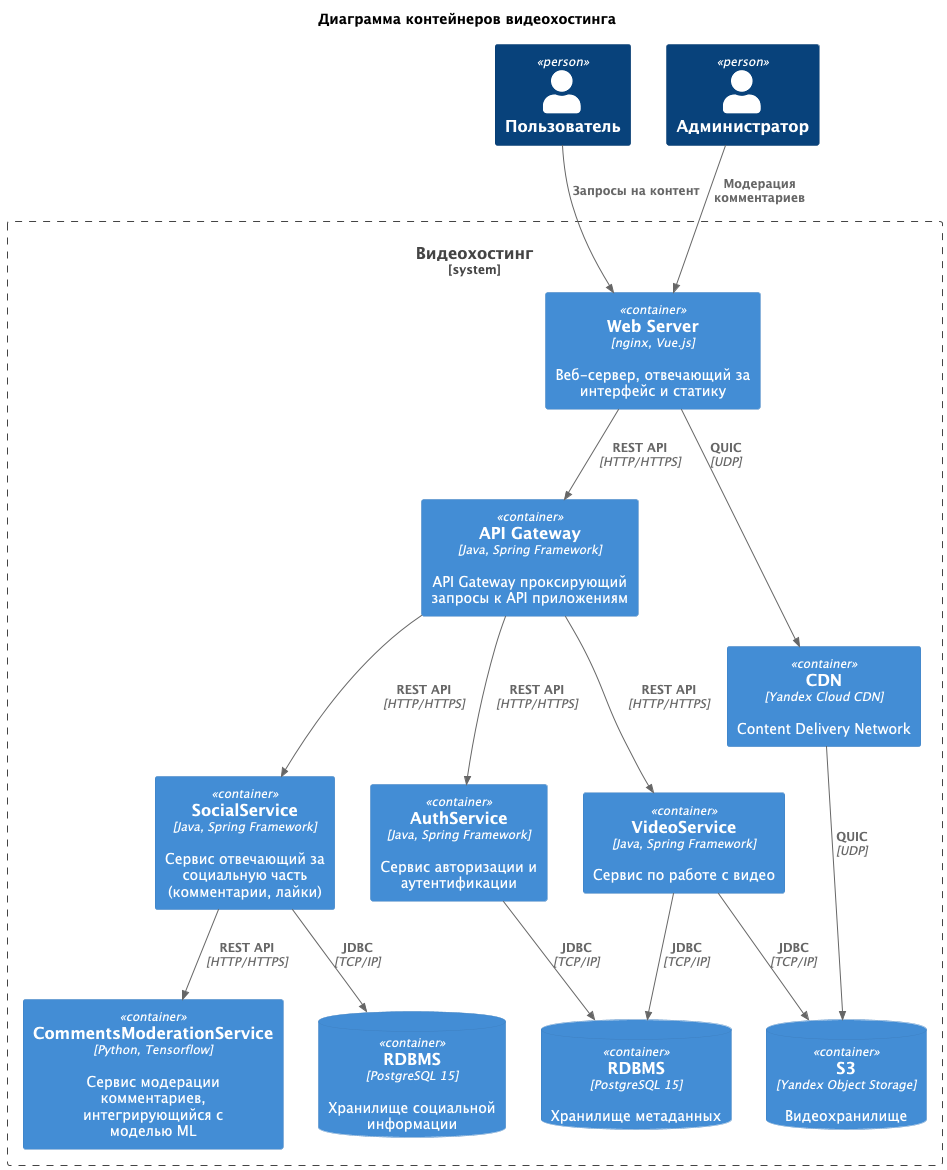
The PlantUML diagram profile/container.png in is-svi-y25/.github, before a commit. Source of this version:
```plantuml
@startuml
!include <C4/C4_Container.puml>
!include https://raw.githubusercontent.com/plantuml-stdlib/C4-PlantUML/master/C4_Container.puml

title Диаграмма контейнеров видеохостинга

Person(user, "Пользователь")
Person(admin, "Администратор")

System_Boundary(videoHosting, "Видеохостинг") {
  Container(webServer, "Web Server", "nginx, Vue.js", "Веб-сервер, отвечающий за интерфейс и статику")
  Container(apiGateway, "API Gateway", "Java, Spring Framework", "API Gateway проксирующий запросы к API приложениям")

  Container(socialService, "SocialService", "Java, Spring Framework", "Сервис отвечающий за социальную часть (комментарии, лайки)")
  Container(authService, "AuthService", "Java, Spring Framework", "Сервис авторизации и аутентификации")
  Container(playbackService, "VideoService", "Java, Spring Framework", "Сервис по работе с видео")
  Container(commentsModerationService, "CommentsModerationService", "Python, Tensorflow", "Сервис модерации комментариев, интегрирующийся с моделью ML")
  Container(cdn, "CDN", "Yandex Cloud CDN", "Content Delivery Network")

  ContainerDb(metaDb, "RDBMS", "PostgreSQL 15", "Хранилище метаданных")
  ContainerDb(socialDb, "RDBMS", "PostgreSQL 15", "Хранилище социальной информации")
  ContainerDb(s3, "S3", "Yandex Object Storage", "Видеохранилище")
}

Rel(user, webServer, "Запросы на контент")
Rel(admin, webServer, "Модерация комментариев")
Rel(webServer, apiGateway, "REST API", "HTTP/HTTPS")

Rel(apiGateway, socialService, "REST API", "HTTP/HTTPS")
Rel(apiGateway, authService, "REST API", "HTTP/HTTPS")
Rel(apiGateway, playbackService, "REST API", "HTTP/HTTPS")

Rel(socialService, commentsModerationService, "REST API", "HTTP/HTTPS")

Rel(authService, metaDb, "JDBC", "TCP/IP")
Rel(playbackService, metaDb, "JDBC", "TCP/IP")
Rel(playbackService, s3, "JDBC", "TCP/IP")
Rel(socialService, socialDb, "JDBC", "TCP/IP")

Rel(webServer, cdn, "QUIC", "UDP")
Rel(cdn, s3, "QUIC", "UDP")

@enduml
```
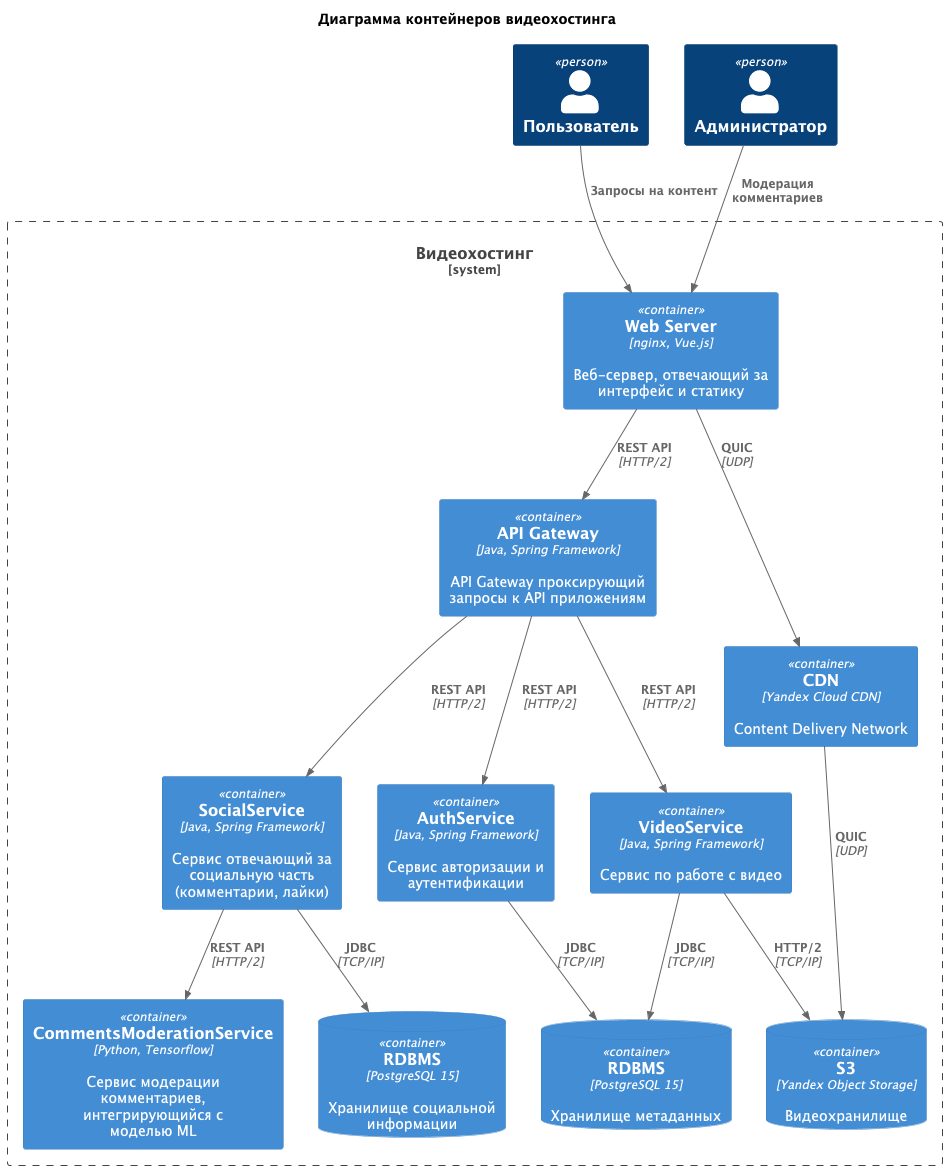
After the change.

The edit, as a diff of the source:
```diff
@@ -24,17 +24,17 @@
 
 Rel(user, webServer, "Запросы на контент")
 Rel(admin, webServer, "Модерация комментариев")
-Rel(webServer, apiGateway, "REST API", "HTTP/HTTPS")
+Rel(webServer, apiGateway, "REST API", "HTTP/2")
 
-Rel(apiGateway, socialService, "REST API", "HTTP/HTTPS")
-Rel(apiGateway, authService, "REST API", "HTTP/HTTPS")
-Rel(apiGateway, playbackService, "REST API", "HTTP/HTTPS")
+Rel(apiGateway, socialService, "REST API", "HTTP/2")
+Rel(apiGateway, authService, "REST API", "HTTP/2")
+Rel(apiGateway, playbackService, "REST API", "HTTP/2")
 
-Rel(socialService, commentsModerationService, "REST API", "HTTP/HTTPS")
+Rel(socialService, commentsModerationService, "REST API", "HTTP/2")
 
 Rel(authService, metaDb, "JDBC", "TCP/IP")
 Rel(playbackService, metaDb, "JDBC", "TCP/IP")
-Rel(playbackService, s3, "JDBC", "TCP/IP")
+Rel(playbackService, s3, "HTTP/2", "TCP/IP")
 Rel(socialService, socialDb, "JDBC", "TCP/IP")
 
 Rel(webServer, cdn, "QUIC", "UDP")
```
